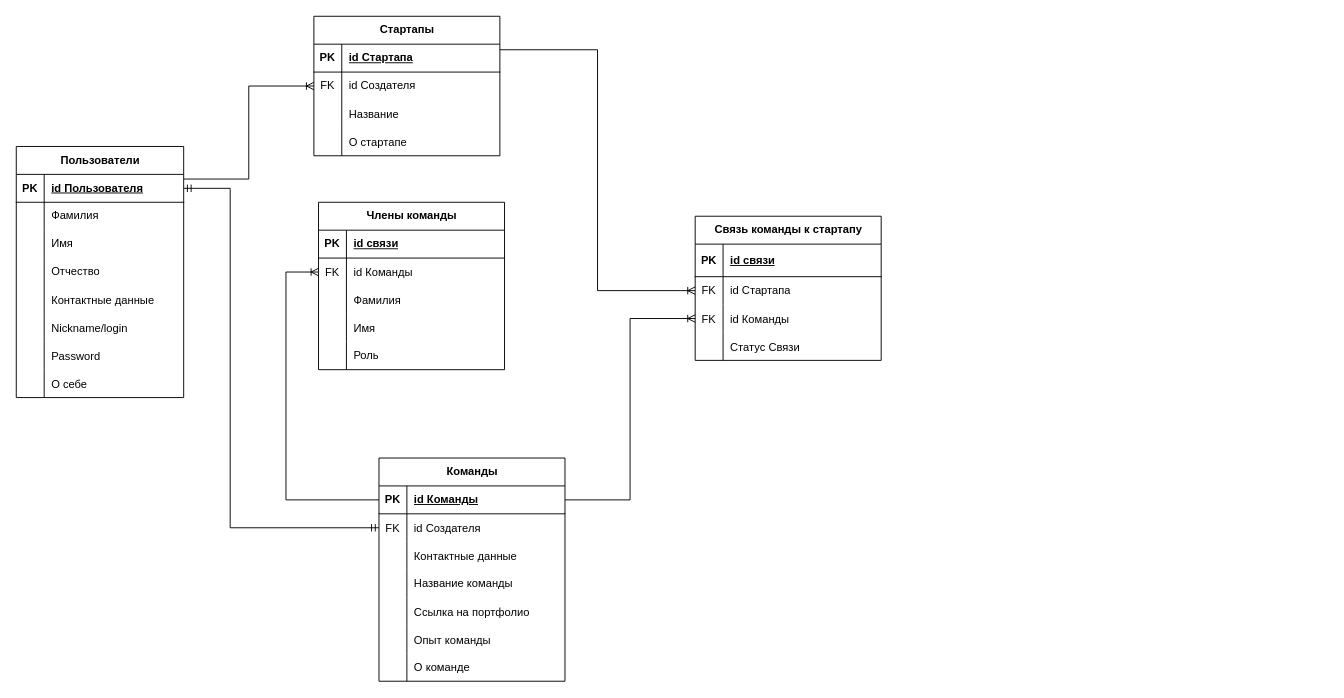
Above: page "Лог схема" (1 of 6) of Лог схема БД.drawio in bys0kbata/ProstoStart (draw.io), before the change. Source tidied: cells renumbered, new cells numbered last; positions are measured from the earlier drawing's top-left corner, leaving out a move shared by most shapes. Both pictures are drawn from the tidied source at 93%, with x=0, y=0 at pixel (16, 16).
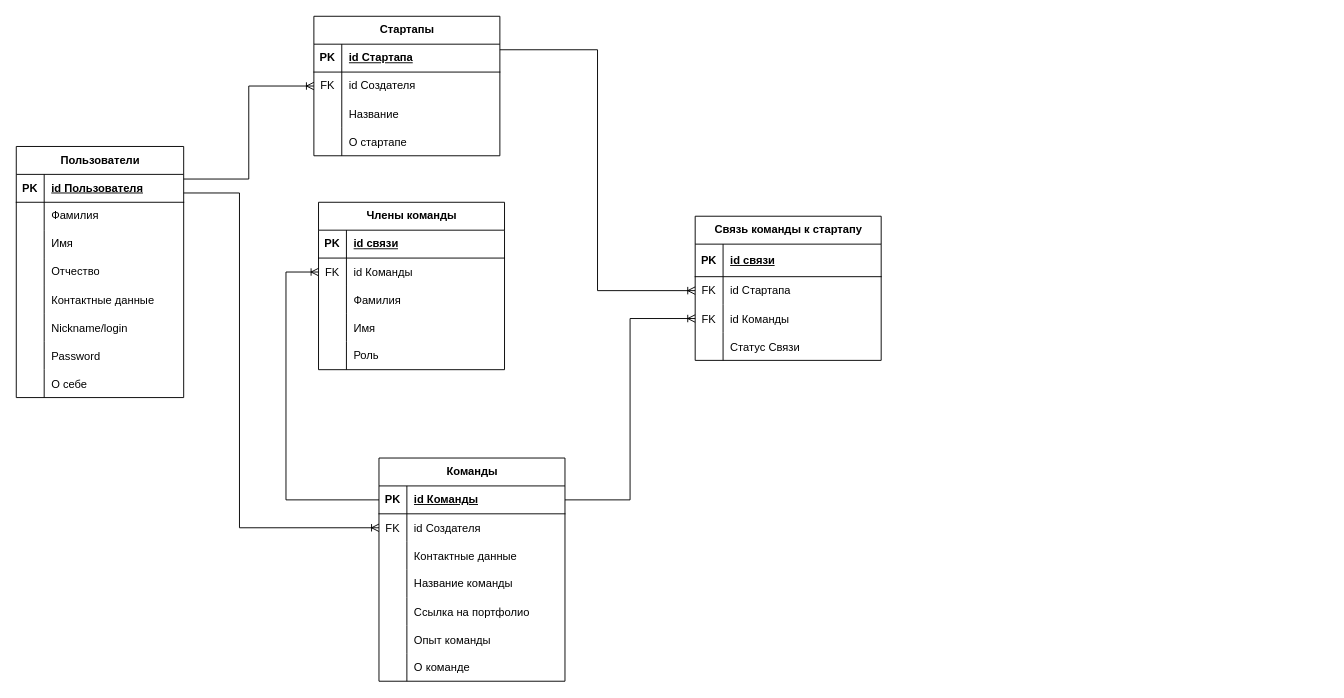
After the change.

Unchanged cells that the change refers to:
```xml
<mxCell id="4" style="shape=tableRow;horizontal=0;startSize=0;swimlaneHead=0;swimlaneBody=0;fillColor=none;points=[[0,0.5],[1,0.5]];portConstraint=eastwest;top=0;left=0;right=0;bottom=1;" parent="3" vertex="1">
  <mxGeometry y="30" width="180" height="30" as="geometry" />
</mxCell>
<mxCell id="45" style="shape=tableRow;horizontal=0;startSize=0;swimlaneHead=0;swimlaneBody=0;fillColor=none;points=[[0,0.5],[1,0.5]];portConstraint=eastwest;top=0;left=0;right=0;bottom=0;" parent="41" vertex="1">
  <mxGeometry y="60" width="200" height="30" as="geometry" />
</mxCell>
```

What changed in the source:
```diff
@@
-    <mxCell id="92" style="edgeStyle=elbowEdgeStyle;fontSize=12;html=1;endArrow=ERmandOne;startArrow=ERmandOne;rounded=0;exitX=1;exitY=0.5;exitDx=0;exitDy=0;entryX=0;entryY=0.5;entryDx=0;entryDy=0;" parent="1" edge="1" source="4" target="45">
-      <mxGeometry relative="1" as="geometry">
-        <Array as="points">
-          <mxPoint x="230" y="370" />
-        </Array>
-      </mxGeometry>
-    </mxCell>
@@
+    <mxCell id="97" style="edgeStyle=elbowEdgeStyle;fontSize=12;html=1;endArrow=ERoneToMany;rounded=0;exitX=1;exitY=0.167;exitDx=0;exitDy=0;exitPerimeter=0;entryX=0;entryY=0.5;entryDx=0;entryDy=0;" parent="1" edge="1" target="45">
+      <mxGeometry relative="1" as="geometry">
+        <mxPoint x="180" y="190" as="sourcePoint" />
+        <Array as="points">
+          <mxPoint x="240" y="370" />
+        </Array>
+      </mxGeometry>
+    </mxCell>
```
